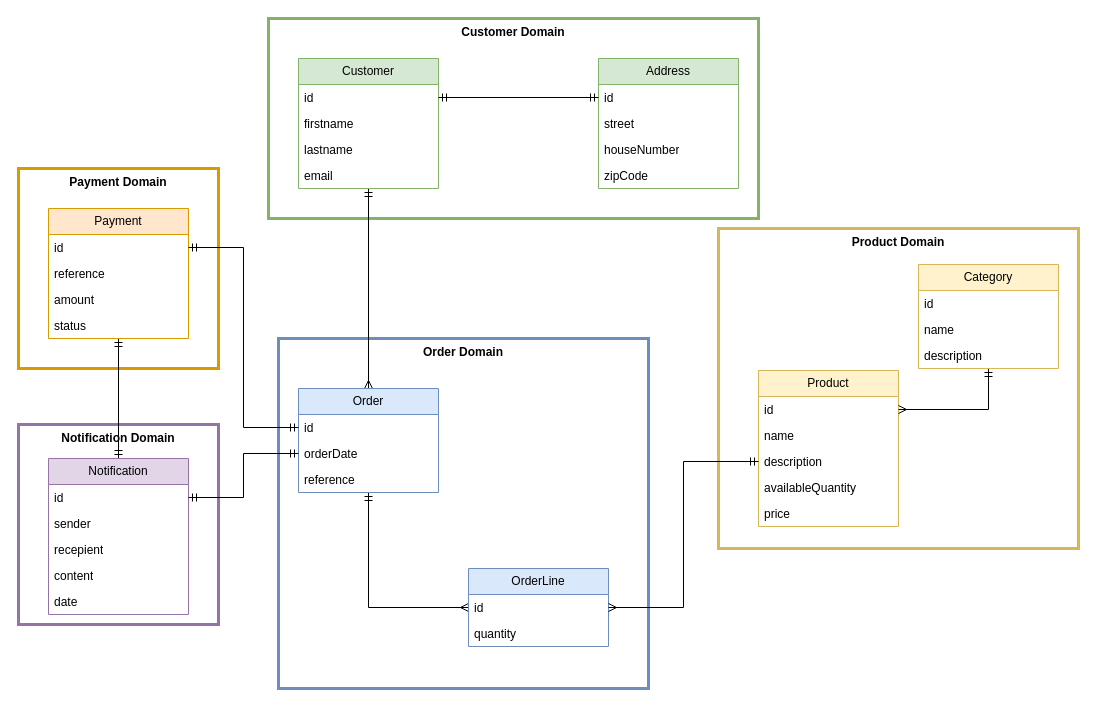
Earlier version of the draw.io diagram page "domain-class-diagram" (3 of 6) of images/microservices.drawio (ngaridennis33/E-Commerce-Micro-services). Source tidied: cells renumbered, new cells numbered last; positions are measured from the earlier drawing's top-left corner, leaving out a move shared by most shapes. Both pictures are drawn from the tidied source at 100%, with x=0, y=0 at pixel (18, 18).
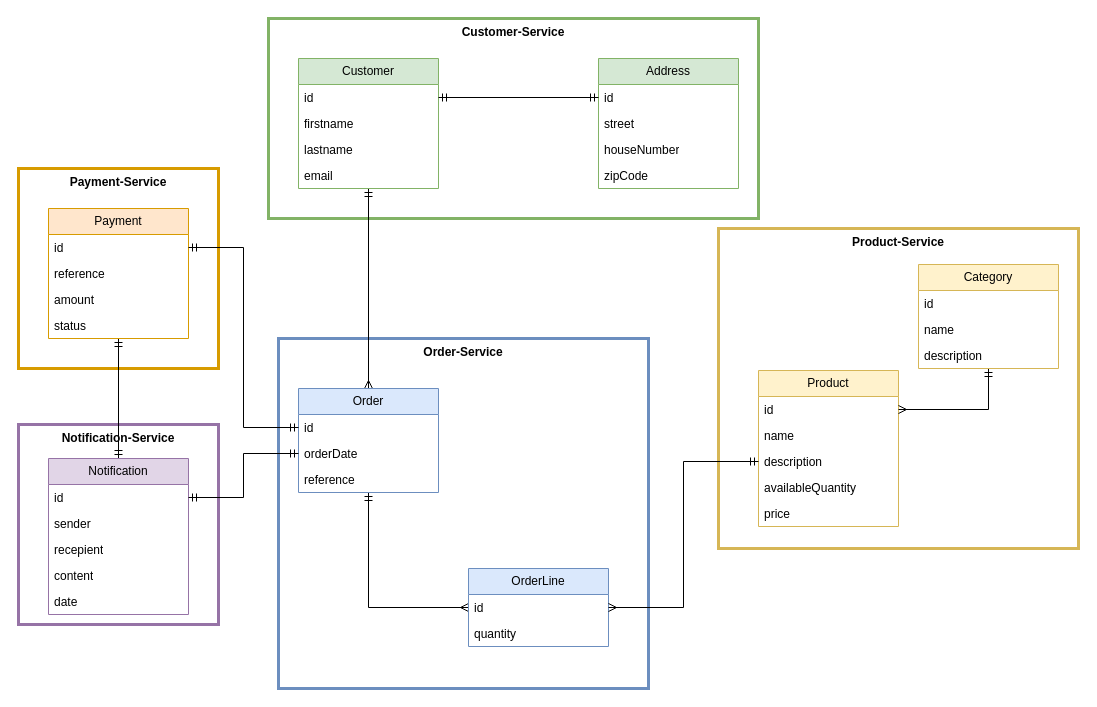
Above is the later version.

Change to the diagram source:
```diff
@@
-    <mxCell id="2" value="&lt;b&gt;Notification Domain&lt;/b&gt;" style="rounded=0;whiteSpace=wrap;html=1;fillColor=none;strokeColor=#9673a6;strokeWidth=3;verticalAlign=top;" parent="1" vertex="1">
+    <mxCell id="2" value="&lt;b&gt;Notification-Service&lt;/b&gt;" style="rounded=0;whiteSpace=wrap;html=1;fillColor=none;strokeColor=#9673a6;strokeWidth=3;verticalAlign=top;" parent="1" vertex="1">
       <mxGeometry y="406" width="200" height="200" as="geometry" />
     </mxCell>
-    <mxCell id="3" value="&lt;b&gt;Payment Domain&lt;/b&gt;" style="rounded=0;whiteSpace=wrap;html=1;fillColor=none;strokeColor=#d79b00;strokeWidth=3;verticalAlign=top;" parent="1" vertex="1">
+    <mxCell id="3" value="&lt;b&gt;Payment-Service&lt;/b&gt;" style="rounded=0;whiteSpace=wrap;html=1;fillColor=none;strokeColor=#d79b00;strokeWidth=3;verticalAlign=top;" parent="1" vertex="1">
       <mxGeometry y="150" width="200" height="200" as="geometry" />
     </mxCell>
-    <mxCell id="4" value="&lt;b&gt;Product Domain&lt;/b&gt;" style="rounded=0;whiteSpace=wrap;html=1;fillColor=none;strokeColor=#d6b656;strokeWidth=3;verticalAlign=top;" parent="1" vertex="1">
+    <mxCell id="4" value="&lt;b&gt;Product-Service&lt;/b&gt;" style="rounded=0;whiteSpace=wrap;html=1;fillColor=none;strokeColor=#d6b656;strokeWidth=3;verticalAlign=top;" parent="1" vertex="1">
       <mxGeometry x="700" y="210" width="360" height="320" as="geometry" />
     </mxCell>
-    <mxCell id="5" value="&lt;b&gt;Order Domain&lt;/b&gt;" style="rounded=0;whiteSpace=wrap;html=1;fillColor=none;strokeColor=#6c8ebf;strokeWidth=3;verticalAlign=top;" parent="1" vertex="1">
+    <mxCell id="5" value="&lt;b&gt;Order-Service&lt;/b&gt;" style="rounded=0;whiteSpace=wrap;html=1;fillColor=none;strokeColor=#6c8ebf;strokeWidth=3;verticalAlign=top;" parent="1" vertex="1">
       <mxGeometry x="260" y="320" width="370" height="350" as="geometry" />
     </mxCell>
-    <mxCell id="6" value="&lt;b&gt;Customer Domain&lt;/b&gt;" style="rounded=0;whiteSpace=wrap;html=1;fillColor=none;strokeColor=#82b366;strokeWidth=3;verticalAlign=top;" parent="1" vertex="1">
+    <mxCell id="6" value="&lt;b&gt;Customer-Service&lt;/b&gt;" style="rounded=0;whiteSpace=wrap;html=1;fillColor=none;strokeColor=#82b366;strokeWidth=3;verticalAlign=top;" parent="1" vertex="1">
       <mxGeometry x="250" width="490" height="200" as="geometry" />
     </mxCell>
```
